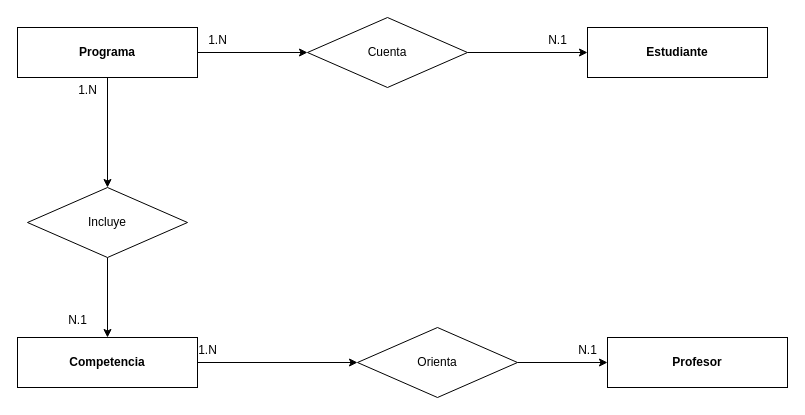
Before: CASO8"A".drawio in konnylisethalucematorresCAMPUS/baseDeDatosJhon, a draw.io diagram. Source tidied: cells renumbered, new cells numbered last; positions are measured from the earlier drawing's top-left corner, leaving out a move shared by most shapes. Both pictures are drawn from the tidied source at 100%, with x=0, y=0 at pixel (17, 17).
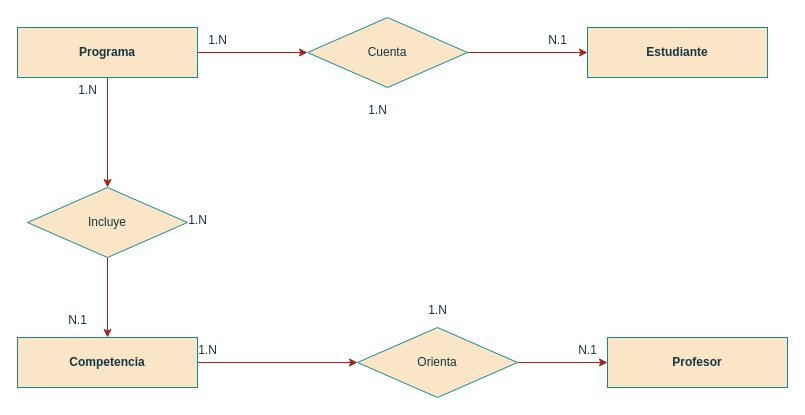
The same diagram, later.

The edit, as a diff of the source:
```diff
@@
-    <mxCell id="2" style="edgeStyle=orthogonalEdgeStyle;rounded=0;jettySize=auto;html=1;exitX=1;exitY=0.5;exitDx=0;exitDy=0;entryX=0;entryY=0.5;entryDx=0;entryDy=0;" parent="1" edge="1" source="4" target="12">
+    <mxCell id="2" style="edgeStyle=orthogonalEdgeStyle;rounded=0;jettySize=auto;html=1;exitX=1;exitY=0.5;exitDx=0;exitDy=0;entryX=0;entryY=0.5;entryDx=0;entryDy=0;labelBackgroundColor=none;strokeColor=#A8201A;fontColor=default;" parent="1" edge="1" source="4" target="12">
       <mxGeometry relative="1" as="geometry" />
     </mxCell>
-    <mxCell id="3" style="edgeStyle=orthogonalEdgeStyle;rounded=0;jettySize=auto;html=1;exitX=0.5;exitY=1;exitDx=0;exitDy=0;entryX=0.5;entryY=0;entryDx=0;entryDy=0;" parent="1" edge="1" source="4" target="10">
+    <mxCell id="3" style="edgeStyle=orthogonalEdgeStyle;rounded=0;jettySize=auto;html=1;exitX=0.5;exitY=1;exitDx=0;exitDy=0;entryX=0.5;entryY=0;entryDx=0;entryDy=0;labelBackgroundColor=none;strokeColor=#A8201A;fontColor=default;" parent="1" edge="1" source="4" target="10">
       <mxGeometry relative="1" as="geometry" />
     </mxCell>
-    <mxCell id="4" value="&lt;b&gt;Programa&lt;/b&gt;" style="rounded=0;whiteSpace=wrap;html=1;" parent="1" vertex="1">
+    <mxCell id="4" value="&lt;b&gt;Programa&lt;/b&gt;" style="rounded=0;whiteSpace=wrap;html=1;labelBackgroundColor=none;fillColor=#FAE5C7;strokeColor=#0F8B8D;fontColor=#143642;" parent="1" vertex="1">
       <mxGeometry y="10" width="180" height="50" as="geometry" />
     </mxCell>
-    <mxCell id="5" value="&lt;b&gt;Profesor&lt;/b&gt;" style="rounded=0;whiteSpace=wrap;html=1;" parent="1" vertex="1">
+    <mxCell id="5" value="&lt;b&gt;Profesor&lt;/b&gt;" style="rounded=0;whiteSpace=wrap;html=1;labelBackgroundColor=none;fillColor=#FAE5C7;strokeColor=#0F8B8D;fontColor=#143642;" parent="1" vertex="1">
       <mxGeometry x="590" y="320" width="180" height="50" as="geometry" />
     </mxCell>
-    <mxCell id="6" style="edgeStyle=orthogonalEdgeStyle;rounded=0;jettySize=auto;html=1;exitX=1;exitY=0.5;exitDx=0;exitDy=0;entryX=0;entryY=0.5;entryDx=0;entryDy=0;" parent="1" edge="1" source="7" target="14">
+    <mxCell id="6" style="edgeStyle=orthogonalEdgeStyle;rounded=0;jettySize=auto;html=1;exitX=1;exitY=0.5;exitDx=0;exitDy=0;entryX=0;entryY=0.5;entryDx=0;entryDy=0;labelBackgroundColor=none;strokeColor=#A8201A;fontColor=default;" parent="1" edge="1" source="7" target="14">
       <mxGeometry relative="1" as="geometry" />
     </mxCell>
-    <mxCell id="7" value="&lt;b&gt;Competencia&lt;/b&gt;" style="rounded=0;whiteSpace=wrap;html=1;" parent="1" vertex="1">
+    <mxCell id="7" value="&lt;b&gt;Competencia&lt;/b&gt;" style="rounded=0;whiteSpace=wrap;html=1;labelBackgroundColor=none;fillColor=#FAE5C7;strokeColor=#0F8B8D;fontColor=#143642;" parent="1" vertex="1">
       <mxGeometry y="320" width="180" height="50" as="geometry" />
     </mxCell>
-    <mxCell id="8" value="&lt;b&gt;Estudiante&lt;/b&gt;" style="rounded=0;whiteSpace=wrap;html=1;" parent="1" vertex="1">
+    <mxCell id="8" value="&lt;b&gt;Estudiante&lt;/b&gt;" style="rounded=0;whiteSpace=wrap;html=1;labelBackgroundColor=none;fillColor=#FAE5C7;strokeColor=#0F8B8D;fontColor=#143642;" parent="1" vertex="1">
       <mxGeometry x="570" y="10" width="180" height="50" as="geometry" />
     </mxCell>
-    <mxCell id="9" style="edgeStyle=orthogonalEdgeStyle;rounded=0;jettySize=auto;html=1;exitX=0.5;exitY=1;exitDx=0;exitDy=0;" parent="1" edge="1" source="10" target="7">
+    <mxCell id="9" style="edgeStyle=orthogonalEdgeStyle;rounded=0;jettySize=auto;html=1;exitX=0.5;exitY=1;exitDx=0;exitDy=0;labelBackgroundColor=none;strokeColor=#A8201A;fontColor=default;" parent="1" edge="1" source="10" target="7">
       <mxGeometry relative="1" as="geometry" />
     </mxCell>
-    <mxCell id="10" value="Incluye" style="rhombus;whiteSpace=wrap;html=1;" parent="1" vertex="1">
+    <mxCell id="10" value="Incluye" style="rhombus;whiteSpace=wrap;html=1;labelBackgroundColor=none;fillColor=#FAE5C7;strokeColor=#0F8B8D;fontColor=#143642;" parent="1" vertex="1">
       <mxGeometry x="10" y="170" width="160" height="70" as="geometry" />
     </mxCell>
-    <mxCell id="11" style="edgeStyle=orthogonalEdgeStyle;rounded=0;jettySize=auto;html=1;exitX=1;exitY=0.5;exitDx=0;exitDy=0;entryX=0;entryY=0.5;entryDx=0;entryDy=0;" parent="1" edge="1" source="12" target="8">
+    <mxCell id="11" style="edgeStyle=orthogonalEdgeStyle;rounded=0;jettySize=auto;html=1;exitX=1;exitY=0.5;exitDx=0;exitDy=0;entryX=0;entryY=0.5;entryDx=0;entryDy=0;labelBackgroundColor=none;strokeColor=#A8201A;fontColor=default;" parent="1" edge="1" source="12" target="8">
       <mxGeometry relative="1" as="geometry" />
     </mxCell>
-    <mxCell id="12" value="Cuenta" style="rhombus;whiteSpace=wrap;html=1;" parent="1" vertex="1">
+    <mxCell id="12" value="Cuenta" style="rhombus;whiteSpace=wrap;html=1;labelBackgroundColor=none;fillColor=#FAE5C7;strokeColor=#0F8B8D;fontColor=#143642;" parent="1" vertex="1">
       <mxGeometry x="290" width="160" height="70" as="geometry" />
     </mxCell>
-    <mxCell id="13" style="edgeStyle=orthogonalEdgeStyle;rounded=0;jettySize=auto;html=1;exitX=1;exitY=0.5;exitDx=0;exitDy=0;entryX=0;entryY=0.5;entryDx=0;entryDy=0;" parent="1" edge="1" source="14" target="5">
+    <mxCell id="13" style="edgeStyle=orthogonalEdgeStyle;rounded=0;jettySize=auto;html=1;exitX=1;exitY=0.5;exitDx=0;exitDy=0;entryX=0;entryY=0.5;entryDx=0;entryDy=0;labelBackgroundColor=none;strokeColor=#A8201A;fontColor=default;" parent="1" edge="1" source="14" target="5">
       <mxGeometry relative="1" as="geometry" />
     </mxCell>
-    <mxCell id="14" value="Orienta" style="rhombus;whiteSpace=wrap;html=1;" parent="1" vertex="1">
+    <mxCell id="14" value="Orienta" style="rhombus;whiteSpace=wrap;html=1;labelBackgroundColor=none;fillColor=#FAE5C7;strokeColor=#0F8B8D;fontColor=#143642;" parent="1" vertex="1">
       <mxGeometry x="340" y="310" width="160" height="70" as="geometry" />
     </mxCell>
-    <mxCell id="15" value="1.N" style="text;html=1;align=center;verticalAlign=middle;strokeColor=none;fillColor=none;" parent="1" vertex="1">
+    <mxCell id="15" value="1.N" style="text;html=1;align=center;verticalAlign=middle;strokeColor=none;fillColor=none;labelBackgroundColor=none;fontColor=#143642;" parent="1" vertex="1">
       <mxGeometry x="180" y="8" width="40" height="30" as="geometry" />
     </mxCell>
-    <mxCell id="16" value="N.1" style="text;html=1;align=center;verticalAlign=middle;strokeColor=none;fillColor=none;" parent="1" vertex="1">
+    <mxCell id="16" value="N.1" style="text;html=1;align=center;verticalAlign=middle;strokeColor=none;fillColor=none;labelBackgroundColor=none;fontColor=#143642;" parent="1" vertex="1">
       <mxGeometry x="520" y="8" width="40" height="30" as="geometry" />
     </mxCell>
-    <mxCell id="17" value="1.N" style="text;html=1;align=center;verticalAlign=middle;strokeColor=none;fillColor=none;" parent="1" vertex="1">
+    <mxCell id="17" value="1.N" style="text;html=1;align=center;verticalAlign=middle;strokeColor=none;fillColor=none;labelBackgroundColor=none;fontColor=#143642;" parent="1" vertex="1">
       <mxGeometry x="50" y="58" width="40" height="30" as="geometry" />
     </mxCell>
-    <mxCell id="18" value="N.1" style="text;html=1;align=center;verticalAlign=middle;strokeColor=none;fillColor=none;" parent="1" vertex="1">
+    <mxCell id="18" value="N.1" style="text;html=1;align=center;verticalAlign=middle;strokeColor=none;fillColor=none;labelBackgroundColor=none;fontColor=#143642;" parent="1" vertex="1">
       <mxGeometry x="40" y="288" width="40" height="30" as="geometry" />
     </mxCell>
-    <mxCell id="19" value="1.N" style="text;html=1;align=center;verticalAlign=middle;strokeColor=none;fillColor=none;" parent="1" vertex="1">
+    <mxCell id="19" value="1.N" style="text;html=1;align=center;verticalAlign=middle;strokeColor=none;fillColor=none;labelBackgroundColor=none;fontColor=#143642;" parent="1" vertex="1">
       <mxGeometry x="170" y="318" width="40" height="30" as="geometry" />
     </mxCell>
-    <mxCell id="20" value="N.1" style="text;html=1;align=center;verticalAlign=middle;strokeColor=none;fillColor=none;" parent="1" vertex="1">
+    <mxCell id="20" value="N.1" style="text;html=1;align=center;verticalAlign=middle;strokeColor=none;fillColor=none;labelBackgroundColor=none;fontColor=#143642;" parent="1" vertex="1">
       <mxGeometry x="550" y="318" width="40" height="30" as="geometry" />
     </mxCell>
+    <mxCell id="21" value="1.N" style="text;html=1;align=center;verticalAlign=middle;strokeColor=none;fillColor=none;fontColor=#143642;labelBackgroundColor=none;" parent="1" vertex="1">
+      <mxGeometry x="340" y="78" width="40" height="30" as="geometry" />
+    </mxCell>
+    <mxCell id="22" value="1.N" style="text;html=1;align=center;verticalAlign=middle;strokeColor=none;fillColor=none;fontColor=#143642;" parent="1" vertex="1">
+      <mxGeometry x="160" y="188" width="40" height="30" as="geometry" />
+    </mxCell>
+    <mxCell id="23" value="1.N" style="text;html=1;align=center;verticalAlign=middle;strokeColor=none;fillColor=none;fontColor=#143642;" parent="1" vertex="1">
+      <mxGeometry x="400" y="278" width="40" height="30" as="geometry" />
+    </mxCell>
```
